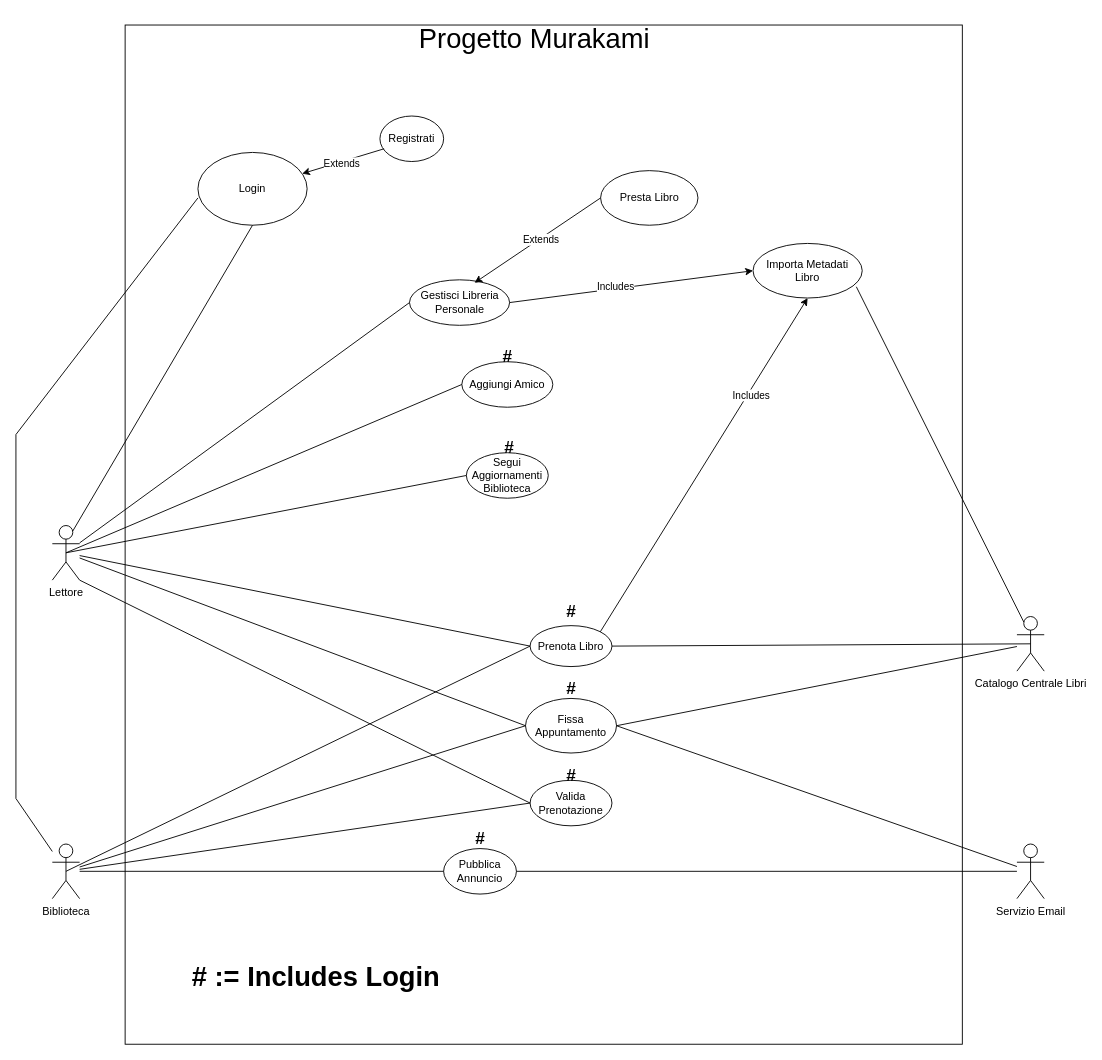
Before: page "UC Diagram Attuale" (1 of 2) of Casi d'uso/Diagrammi/Diagramma casi d'uso.drawio in Tom-n7/progettoMurakami, a draw.io diagram. Source tidied: cells renumbered, new cells numbered last; positions are measured from the earlier drawing's top-left corner, leaving out a move shared by most shapes. Both pictures are drawn from the tidied source at 91%, with x=0, y=0 at pixel (15, 15).
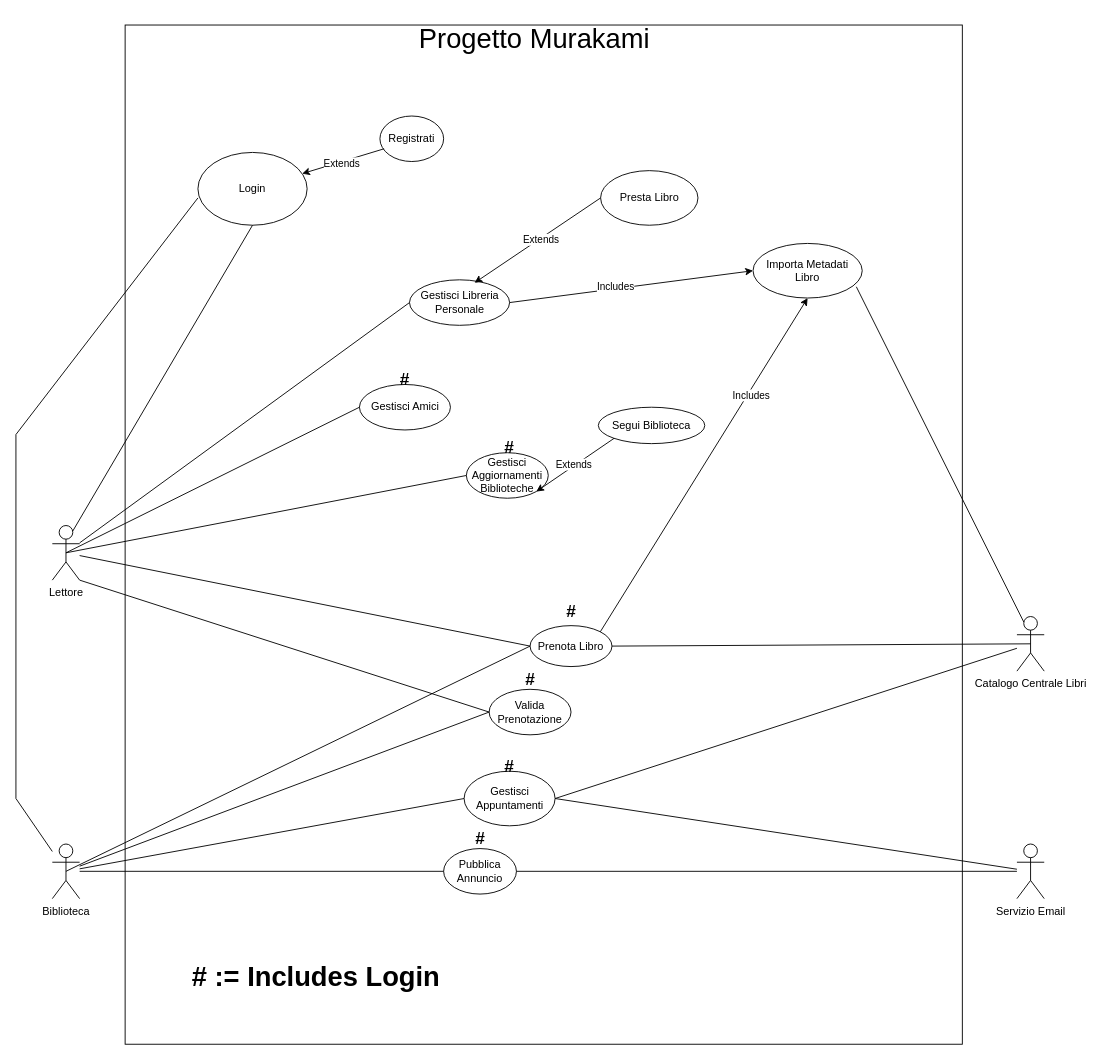
Above is the later version.

Unchanged cells that the change refers to:
```xml
<mxCell id="3" value="&lt;div&gt;Lettore&lt;/div&gt;&lt;div&gt;&lt;br&gt;&lt;/div&gt;" style="shape=umlActor;verticalLabelPosition=bottom;verticalAlign=top;html=1;outlineConnect=0;" parent="1" vertex="1">
  <mxGeometry x="40" y="560" width="30" height="60" as="geometry" />
</mxCell>
```

The edit, as a diff of the source:
```diff
@@
-    <mxCell id="8" value="Segui Aggiornamenti Biblioteca" style="ellipse;whiteSpace=wrap;html=1;" parent="1" vertex="1">
+    <mxCell id="8" value="Gestisci Aggiornamenti Biblioteche" style="ellipse;whiteSpace=wrap;html=1;" parent="1" vertex="1">
       <mxGeometry x="495" y="480" width="90" height="50" as="geometry" />
     </mxCell>
@@
-    <mxCell id="10" value="Aggiungi Amico" style="ellipse;whiteSpace=wrap;html=1;" parent="1" vertex="1">
-      <mxGeometry x="490" y="380" width="100" height="50" as="geometry" />
+    <mxCell id="10" value="Gestisci Amici" style="ellipse;whiteSpace=wrap;html=1;" parent="1" vertex="1">
+      <mxGeometry x="377.5" y="405" width="100" height="50" as="geometry" />
     </mxCell>
@@
-    <mxCell id="15" value="Fissa Appuntamento" style="ellipse;whiteSpace=wrap;html=1;" parent="1" vertex="1">
-      <mxGeometry x="560" y="750" width="100" height="60" as="geometry" />
+    <mxCell id="15" value="Gestisci Appuntamenti" style="ellipse;whiteSpace=wrap;html=1;" parent="1" vertex="1">
+      <mxGeometry x="492.5" y="830" width="100" height="60" as="geometry" />
     </mxCell>
     <mxCell id="16" value="Valida Prenotazione" style="ellipse;whiteSpace=wrap;html=1;" parent="1" vertex="1">
-      <mxGeometry x="565" y="840" width="90" height="50" as="geometry" />
+      <mxGeometry x="520" y="740" width="90" height="50" as="geometry" />
     </mxCell>
@@
     <mxCell id="34" value="&lt;b&gt;#&lt;/b&gt;" style="text;html=1;whiteSpace=wrap;strokeColor=none;fillColor=none;align=center;verticalAlign=middle;rounded=0;fontSize=19;" parent="1" vertex="1">
-      <mxGeometry x="577.5" y="730" width="65" height="20" as="geometry" />
+      <mxGeometry x="532.5" y="720" width="65" height="20" as="geometry" />
     </mxCell>
-    <mxCell id="35" style="endArrow=none;html=1;rounded=0;entryX=0;entryY=0.5;entryDx=0;entryDy=0;" parent="1" edge="1" source="3" target="15">
-      <mxGeometry relative="1" as="geometry" />
-    </mxCell>
@@
     <mxCell id="38" value="&lt;b&gt;#&lt;/b&gt;" style="text;html=1;whiteSpace=wrap;strokeColor=none;fillColor=none;align=center;verticalAlign=middle;rounded=0;fontSize=19;" parent="1" vertex="1">
-      <mxGeometry x="577.5" y="830" width="65" height="10" as="geometry" />
+      <mxGeometry x="510" y="820" width="65" height="10" as="geometry" />
     </mxCell>
@@
     <mxCell id="47" value="&lt;b&gt;&lt;font style=&quot;font-size: 19px;&quot;&gt;#&lt;/font&gt;&lt;/b&gt;" style="text;html=1;whiteSpace=wrap;strokeColor=none;fillColor=none;align=center;verticalAlign=middle;rounded=0;" parent="1" vertex="1">
-      <mxGeometry x="507.5" y="370" width="65" height="10" as="geometry" />
+      <mxGeometry x="395" y="395" width="65" height="10" as="geometry" />
     </mxCell>
@@
+    <mxCell id="51" value="Segui Biblioteca" style="ellipse;whiteSpace=wrap;html=1;" parent="1" vertex="1">
+      <mxGeometry x="640" y="430" width="117" height="40" as="geometry" />
+    </mxCell>
+    <mxCell id="52" style="endArrow=classic;html=1;rounded=0;exitX=0;exitY=1;exitDx=0;exitDy=0;entryX=1;entryY=1;entryDx=0;entryDy=0;" parent="1" edge="1" source="51" target="8">
+      <mxGeometry relative="1" as="geometry" />
+    </mxCell>
+    <mxCell id="53" value="Extends" style="edgeLabel;html=1;align=center;verticalAlign=middle;" parent="52" vertex="1">
+      <mxGeometry x="0.02" y="-2" relative="1" as="geometry" />
+    </mxCell>
```
